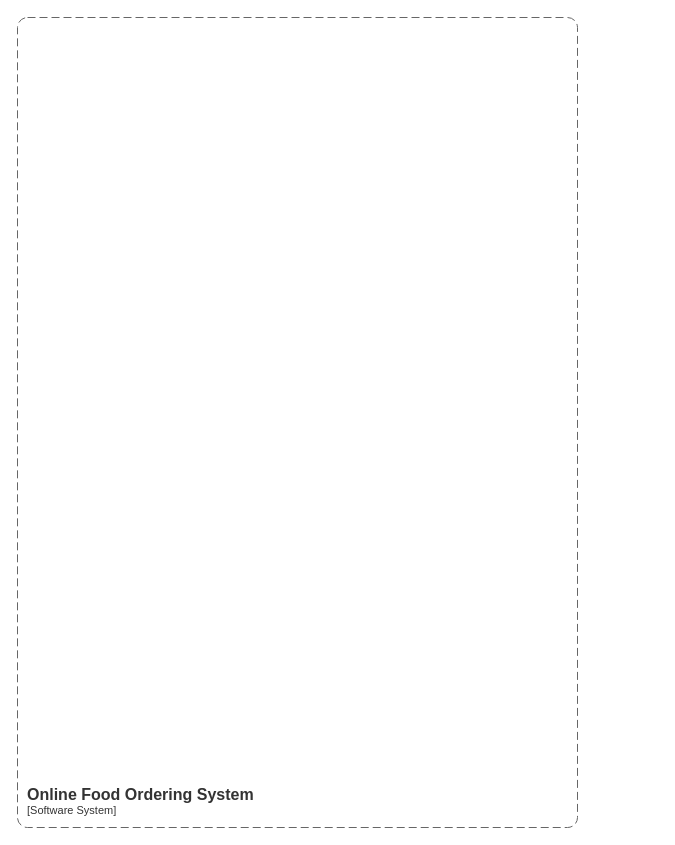
Above: Untitled Diagram.drawio in shivanidigole/PGLife (draw.io), before the change. Source tidied: cells renumbered, new cells numbered last; positions are measured from the earlier drawing's top-left corner, leaving out a move shared by most shapes. Both pictures are drawn from the tidied source at 100%, with x=0, y=0 at pixel (17, 17).
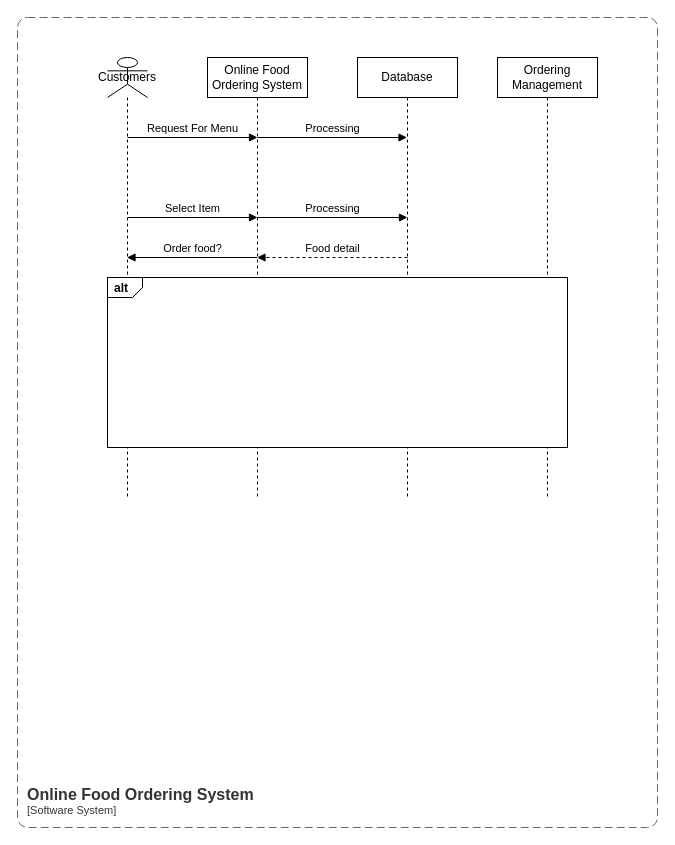
Above is the later version.

Diff of the diagram source:
```diff
@@
     <object id="2" label="&lt;font style=&quot;font-size: 16px&quot;&gt;&lt;b&gt;&lt;div style=&quot;text-align: left&quot;&gt;%c4Name%&lt;/div&gt;&lt;/b&gt;&lt;/font&gt;&lt;div style=&quot;text-align: left&quot;&gt;[%c4Application%]&lt;/div&gt;" c4Application="Software System" c4Name="Online Food Ordering System" placeholders="1">
       <mxCell style="rounded=1;fontSize=11;whiteSpace=wrap;html=1;dashed=1;arcSize=20;fillColor=none;strokeColor=#666666;fontColor=#333333;labelBackgroundColor=none;align=left;verticalAlign=bottom;labelBorderColor=none;spacingTop=0;spacing=10;dashPattern=8 4;perimeter=rectanglePerimeter;noLabel=0;labelPadding=0;absoluteArcSize=1;" parent="1" vertex="1">
-        <mxGeometry width="560" height="810" as="geometry" />
+        <mxGeometry width="640" height="810" as="geometry" />
       </mxCell>
     </object>
+    <mxCell id="3" value="Online Food Ordering System&#9;" style="shape=umlLifeline;perimeter=lifelinePerimeter;whiteSpace=wrap;html=1;newEdgeStyle={&quot;edgeStyle&quot;:&quot;elbowEdgeStyle&quot;,&quot;elbow&quot;:&quot;vertical&quot;,&quot;curved&quot;:0,&quot;rounded&quot;:0};" parent="1" vertex="1">
+      <mxGeometry x="190" y="40" width="100" height="440" as="geometry" />
+    </mxCell>
+    <mxCell id="4" value="Database" style="shape=umlLifeline;perimeter=lifelinePerimeter;whiteSpace=wrap;html=1;outlineConnect=0;portConstraint=eastwest;newEdgeStyle={&quot;edgeStyle&quot;:&quot;elbowEdgeStyle&quot;,&quot;elbow&quot;:&quot;vertical&quot;,&quot;curved&quot;:0,&quot;rounded&quot;:0};" parent="1" vertex="1">
+      <mxGeometry x="340" y="40" width="100" height="440" as="geometry" />
+    </mxCell>
+    <mxCell id="5" value="Ordering Management" style="shape=umlLifeline;perimeter=lifelinePerimeter;whiteSpace=wrap;html=1;newEdgeStyle={&quot;edgeStyle&quot;:&quot;elbowEdgeStyle&quot;,&quot;elbow&quot;:&quot;vertical&quot;,&quot;curved&quot;:0,&quot;rounded&quot;:0};" parent="1" vertex="1">
+      <mxGeometry x="480" y="40" width="100" height="440" as="geometry" />
+    </mxCell>
+    <mxCell id="6" value="Customers" style="shape=umlLifeline;perimeter=lifelinePerimeter;whiteSpace=wrap;html=1;newEdgeStyle={&quot;curved&quot;:0,&quot;rounded&quot;:0};participant=umlActor;" parent="1" vertex="1">
+      <mxGeometry x="90" y="40" width="40" height="440" as="geometry" />
+    </mxCell>
+    <mxCell id="7" value="Request For Menu" style="html=1;verticalAlign=bottom;labelBackgroundColor=none;endArrow=block;endFill=1;rounded=0;" parent="1" edge="1">
+      <mxGeometry relative="1" as="geometry">
+        <mxPoint x="110" y="120" as="sourcePoint" />
+        <mxPoint x="240" y="120" as="targetPoint" />
+      </mxGeometry>
+    </mxCell>
+    <mxCell id="8" value="Processing" style="html=1;verticalAlign=bottom;labelBackgroundColor=none;endArrow=block;endFill=1;rounded=0;" parent="1" edge="1" target="4">
+      <mxGeometry relative="1" as="geometry">
+        <mxPoint x="240" y="120" as="sourcePoint" />
+      </mxGeometry>
+    </mxCell>
+    <mxCell id="9" value="Select Item" style="html=1;verticalAlign=bottom;labelBackgroundColor=none;endArrow=block;endFill=1;rounded=0;" parent="1" edge="1">
+      <mxGeometry relative="1" as="geometry">
+        <mxPoint x="110" y="200" as="sourcePoint" />
+        <mxPoint x="240" y="200" as="targetPoint" />
+      </mxGeometry>
+    </mxCell>
+    <mxCell id="10" value="Processing" style="html=1;verticalAlign=bottom;labelBackgroundColor=none;endArrow=block;endFill=1;rounded=0;" parent="1" edge="1">
+      <mxGeometry relative="1" as="geometry">
+        <mxPoint x="240" y="200" as="sourcePoint" />
+        <mxPoint x="390" y="200" as="targetPoint" />
+      </mxGeometry>
+    </mxCell>
+    <mxCell id="11" value="Food detail" style="html=1;verticalAlign=bottom;labelBackgroundColor=none;endArrow=block;endFill=1;dashed=1;rounded=0;" parent="1" edge="1">
+      <mxGeometry relative="1" as="geometry">
+        <mxPoint x="390" y="240" as="sourcePoint" />
+        <mxPoint x="239.5" y="240" as="targetPoint" />
+      </mxGeometry>
+    </mxCell>
+    <mxCell id="12" value="Order food?" style="html=1;verticalAlign=bottom;labelBackgroundColor=none;endArrow=block;endFill=1;rounded=0;" parent="1" edge="1">
+      <mxGeometry relative="1" as="geometry">
+        <mxPoint x="239.5" y="240" as="sourcePoint" />
+        <mxPoint x="109.5" y="240" as="targetPoint" />
+      </mxGeometry>
+    </mxCell>
+    <mxCell id="13" value="alt" style="strokeColor=inherit;fillColor=inherit;gradientColor=inherit;html=1;shape=mxgraph.sysml.package;labelX=35;fontStyle=1;align=left;verticalAlign=top;spacingLeft=5;spacingTop=-3;" parent="1" vertex="1">
+      <mxGeometry x="90" y="260" width="460" height="170" as="geometry" />
+    </mxCell>
```
